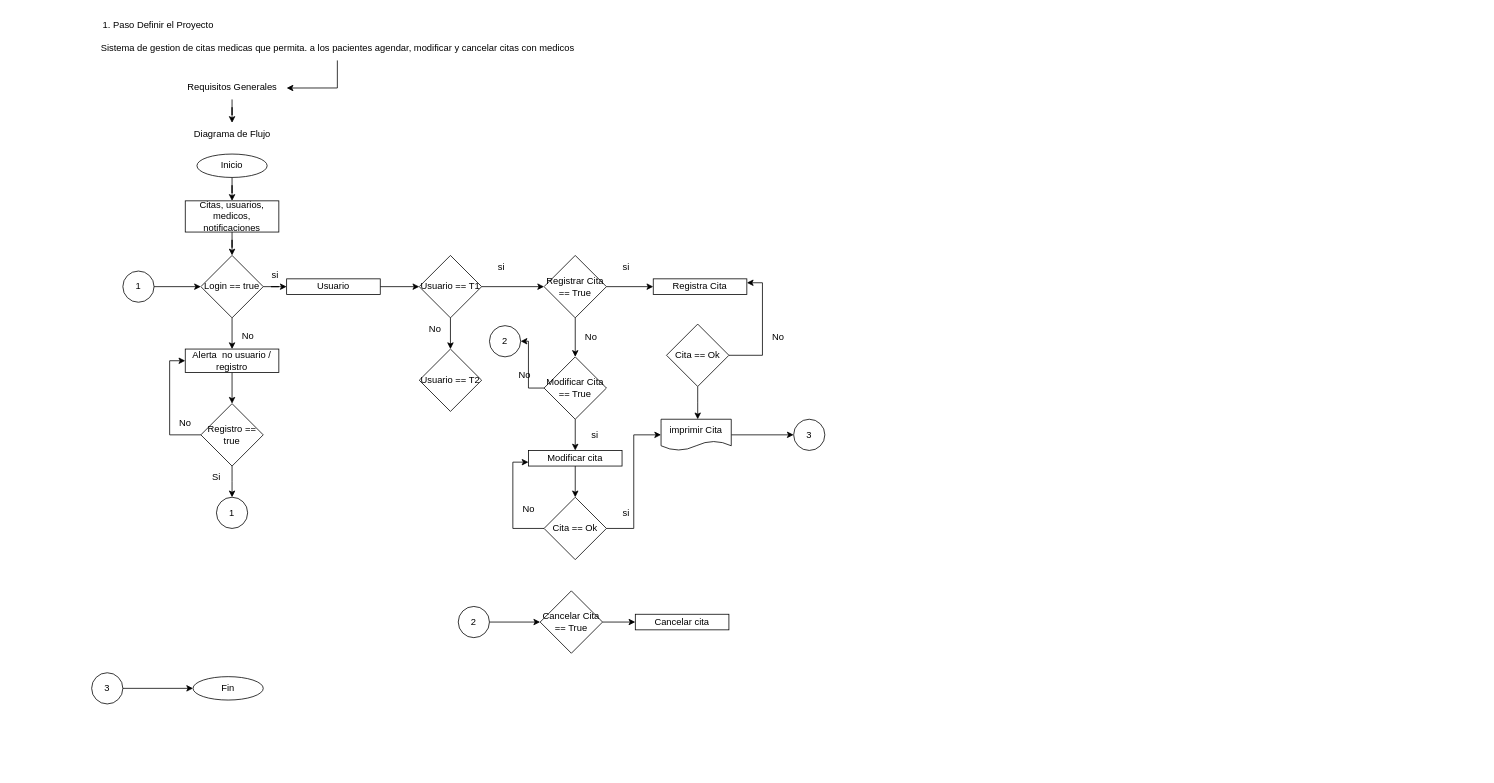
Above: page "Definir un Proyecto" (1 of 6) of HerramientasCase.drawio in JlchavezG/HCaseUhab (draw.io), before the change. Source tidied: cells renumbered, new cells numbered last; positions are measured from the earlier drawing's top-left corner, leaving out a move shared by most shapes. Both pictures are drawn from the tidied source at 78%, with x=0, y=0 at pixel (91, 13).
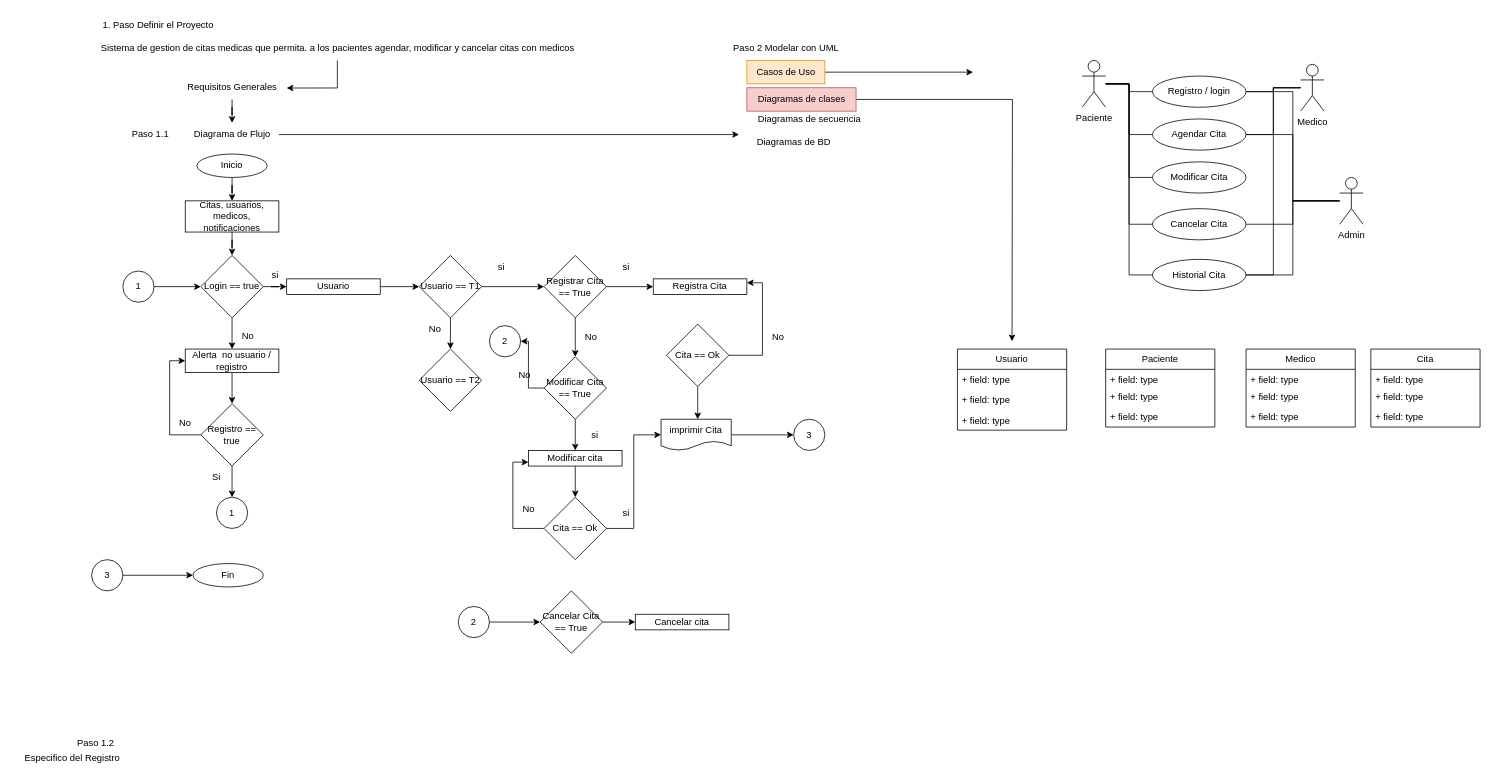
After the change.

Unchanged cells that the change refers to:
```xml
<mxCell id="7" value="Diagrama de Flujo" style="text;html=1;align=center;verticalAlign=middle;points=[];strokeColor=none;fillColor=none;" parent="1" vertex="1">
  <mxGeometry x="120" y="140" width="120" height="30" as="geometry" />
</mxCell>
```

Diff of the diagram source:
```diff
@@
+    <mxCell id="69" style="edgeStyle=orthogonalEdgeStyle;rounded=0;jettySize=auto;html=1;" parent="1" edge="1" source="7">
+      <mxGeometry relative="1" as="geometry">
+        <mxPoint x="830" y="155" as="targetPoint" />
+      </mxGeometry>
+    </mxCell>
@@
     <mxCell id="65" value="Fin" style="ellipse;whiteSpace=wrap;html=1;" parent="1" vertex="1">
-      <mxGeometry x="130" y="850" width="90" height="30" as="geometry" />
+      <mxGeometry x="130" y="705" width="90" height="30" as="geometry" />
     </mxCell>
@@
     <mxCell id="68" value="3" style="ellipse;whiteSpace=wrap;html=1;" parent="1" vertex="1">
-      <mxGeometry y="845" width="40" height="40" as="geometry" />
+      <mxGeometry y="700" width="40" height="40" as="geometry" />
     </mxCell>
+    <mxCell id="70" value="Paso 1.1" style="text;html=1;align=center;verticalAlign=middle;strokeColor=none;fillColor=none;" parent="1" vertex="1">
+      <mxGeometry x="40" y="140" width="70" height="30" as="geometry" />
+    </mxCell>
+    <mxCell id="71" style="edgeStyle=orthogonalEdgeStyle;rounded=0;jettySize=auto;html=1;" parent="1" edge="1" source="72">
+      <mxGeometry relative="1" as="geometry">
+        <mxPoint x="1130" y="75" as="targetPoint" />
+      </mxGeometry>
+    </mxCell>
+    <mxCell id="72" value="Casos de Uso" style="text;html=1;align=center;verticalAlign=middle;points=[];strokeColor=#d79b00;fillColor=#ffe6cc;" parent="1" vertex="1">
+      <mxGeometry x="840" y="60" width="100" height="30" as="geometry" />
+    </mxCell>
+    <mxCell id="73" value="Paso 2 Modelar con UML" style="text;html=1;align=center;verticalAlign=middle;strokeColor=none;fillColor=none;" parent="1" vertex="1">
+      <mxGeometry x="810" y="30" width="160" height="30" as="geometry" />
+    </mxCell>
+    <mxCell id="74" style="edgeStyle=orthogonalEdgeStyle;rounded=0;jettySize=auto;html=1;" parent="1" edge="1" source="75">
+      <mxGeometry relative="1" as="geometry">
+        <mxPoint x="1180" y="420" as="targetPoint" />
+      </mxGeometry>
+    </mxCell>
+    <mxCell id="75" value="Diagramas de clases" style="text;html=1;align=center;verticalAlign=middle;points=[];strokeColor=#b85450;fillColor=#f8cecc;" parent="1" vertex="1">
+      <mxGeometry x="840" y="95" width="140" height="30" as="geometry" />
+    </mxCell>
+    <mxCell id="76" value="Diagramas de secuencia" style="text;html=1;align=center;verticalAlign=middle;strokeColor=none;fillColor=none;" parent="1" vertex="1">
+      <mxGeometry x="840" y="120" width="160" height="30" as="geometry" />
+    </mxCell>
+    <mxCell id="77" value="Diagramas de BD" style="text;html=1;align=center;verticalAlign=middle;strokeColor=none;fillColor=none;" parent="1" vertex="1">
+      <mxGeometry x="840" y="150" width="120" height="30" as="geometry" />
+    </mxCell>
+    <mxCell id="78" style="edgeStyle=orthogonalEdgeStyle;rounded=0;jettySize=auto;html=1;entryX=1;entryY=0.5;entryDx=0;entryDy=0;endArrow=none;startFill=0;" parent="1" edge="1" source="81" target="93">
+      <mxGeometry relative="1" as="geometry" />
+    </mxCell>
+    <mxCell id="79" style="edgeStyle=orthogonalEdgeStyle;rounded=0;jettySize=auto;html=1;entryX=1;entryY=0.5;entryDx=0;entryDy=0;endArrow=none;startFill=0;" parent="1" edge="1" source="81" target="94">
+      <mxGeometry relative="1" as="geometry" />
+    </mxCell>
+    <mxCell id="80" style="edgeStyle=orthogonalEdgeStyle;rounded=0;jettySize=auto;html=1;entryX=1;entryY=0.5;entryDx=0;entryDy=0;endArrow=none;startFill=0;" parent="1" edge="1" source="81" target="97">
+      <mxGeometry relative="1" as="geometry" />
+    </mxCell>
+    <mxCell id="81" value="Medico" style="shape=umlActor;verticalLabelPosition=bottom;verticalAlign=top;html=1;outlineConnect=0;" parent="1" vertex="1">
+      <mxGeometry x="1550" y="65" width="30" height="60" as="geometry" />
+    </mxCell>
+    <mxCell id="82" style="edgeStyle=orthogonalEdgeStyle;rounded=0;jettySize=auto;html=1;entryX=0;entryY=0.5;entryDx=0;entryDy=0;endArrow=none;startFill=0;" parent="1" edge="1" source="87" target="93">
+      <mxGeometry relative="1" as="geometry">
+        <Array as="points">
+          <mxPoint x="1330" y="90" />
+          <mxPoint x="1330" y="100" />
+        </Array>
+      </mxGeometry>
+    </mxCell>
+    <mxCell id="83" style="edgeStyle=orthogonalEdgeStyle;rounded=0;jettySize=auto;html=1;entryX=0;entryY=0.5;entryDx=0;entryDy=0;endArrow=none;startFill=0;" parent="1" edge="1" source="87" target="94">
+      <mxGeometry relative="1" as="geometry" />
+    </mxCell>
+    <mxCell id="84" style="edgeStyle=orthogonalEdgeStyle;rounded=0;jettySize=auto;html=1;entryX=0;entryY=0.5;entryDx=0;entryDy=0;endArrow=none;startFill=0;" parent="1" edge="1" source="87" target="95">
+      <mxGeometry relative="1" as="geometry" />
+    </mxCell>
+    <mxCell id="85" style="edgeStyle=orthogonalEdgeStyle;rounded=0;jettySize=auto;html=1;entryX=0;entryY=0.5;entryDx=0;entryDy=0;endArrow=none;startFill=0;" parent="1" edge="1" source="87" target="96">
+      <mxGeometry relative="1" as="geometry" />
+    </mxCell>
+    <mxCell id="86" style="edgeStyle=orthogonalEdgeStyle;rounded=0;jettySize=auto;html=1;entryX=0;entryY=0.5;entryDx=0;entryDy=0;endArrow=none;startFill=0;" parent="1" edge="1" source="87" target="97">
+      <mxGeometry relative="1" as="geometry" />
+    </mxCell>
+    <mxCell id="87" value="Paciente" style="shape=umlActor;verticalLabelPosition=bottom;verticalAlign=top;html=1;outlineConnect=0;" parent="1" vertex="1">
+      <mxGeometry x="1270" y="60" width="30" height="60" as="geometry" />
+    </mxCell>
+    <mxCell id="88" style="edgeStyle=orthogonalEdgeStyle;rounded=0;jettySize=auto;html=1;entryX=1;entryY=0.5;entryDx=0;entryDy=0;endArrow=none;startFill=0;" parent="1" edge="1" source="92" target="93">
+      <mxGeometry relative="1" as="geometry" />
+    </mxCell>
+    <mxCell id="89" style="edgeStyle=orthogonalEdgeStyle;rounded=0;jettySize=auto;html=1;entryX=1;entryY=0.5;entryDx=0;entryDy=0;endArrow=none;startFill=0;" parent="1" edge="1" source="92" target="94">
+      <mxGeometry relative="1" as="geometry" />
+    </mxCell>
+    <mxCell id="90" style="edgeStyle=orthogonalEdgeStyle;rounded=0;jettySize=auto;html=1;entryX=1;entryY=0.5;entryDx=0;entryDy=0;endArrow=none;startFill=0;" parent="1" edge="1" source="92" target="96">
+      <mxGeometry relative="1" as="geometry" />
+    </mxCell>
+    <mxCell id="91" style="edgeStyle=orthogonalEdgeStyle;rounded=0;jettySize=auto;html=1;entryX=1;entryY=0.5;entryDx=0;entryDy=0;endArrow=none;startFill=0;" parent="1" edge="1" source="92" target="97">
+      <mxGeometry relative="1" as="geometry" />
+    </mxCell>
+    <mxCell id="92" value="Admin" style="shape=umlActor;verticalLabelPosition=bottom;verticalAlign=top;html=1;outlineConnect=0;" parent="1" vertex="1">
+      <mxGeometry x="1600" y="210" width="30" height="60" as="geometry" />
+    </mxCell>
+    <mxCell id="93" value="Registro / login" style="ellipse;whiteSpace=wrap;html=1;" parent="1" vertex="1">
+      <mxGeometry x="1360" y="80" width="120" height="40" as="geometry" />
+    </mxCell>
+    <mxCell id="94" value="Agendar Cita" style="ellipse;whiteSpace=wrap;html=1;" parent="1" vertex="1">
+      <mxGeometry x="1360" y="135" width="120" height="40" as="geometry" />
+    </mxCell>
+    <mxCell id="95" value="Modificar Cita" style="ellipse;whiteSpace=wrap;html=1;" parent="1" vertex="1">
+      <mxGeometry x="1360" y="190" width="120" height="40" as="geometry" />
+    </mxCell>
+    <mxCell id="96" value="Cancelar Cita" style="ellipse;whiteSpace=wrap;html=1;" parent="1" vertex="1">
+      <mxGeometry x="1360" y="250" width="120" height="40" as="geometry" />
+    </mxCell>
+    <mxCell id="97" value="Historial Cita" style="ellipse;whiteSpace=wrap;html=1;" parent="1" vertex="1">
+      <mxGeometry x="1360" y="315" width="120" height="40" as="geometry" />
+    </mxCell>
+    <mxCell id="98" value="Usuario" style="swimlane;fontStyle=0;horizontal=1;startSize=26;fillColor=none;whiteSpace=wrap;html=1;" parent="1" vertex="1">
+      <mxGeometry x="1110" y="430" width="140" height="104" as="geometry" />
+    </mxCell>
+    <mxCell id="99" value="+ field: type" style="text;strokeColor=none;fillColor=none;align=left;verticalAlign=top;spacingLeft=4;spacingRight=4;overflow=hidden;whiteSpace=wrap;html=1;" parent="98" vertex="1">
+      <mxGeometry y="26" width="140" height="26" as="geometry" />
+    </mxCell>
+    <mxCell id="100" value="+ field: type" style="text;strokeColor=none;fillColor=none;align=left;verticalAlign=top;spacingLeft=4;spacingRight=4;overflow=hidden;whiteSpace=wrap;html=1;" parent="98" vertex="1">
+      <mxGeometry y="52" width="140" height="26" as="geometry" />
+    </mxCell>
+    <mxCell id="101" value="+ field: type" style="text;strokeColor=none;fillColor=none;align=left;verticalAlign=top;spacingLeft=4;spacingRight=4;overflow=hidden;whiteSpace=wrap;html=1;" parent="98" vertex="1">
+      <mxGeometry y="78" width="140" height="26" as="geometry" />
+    </mxCell>
+    <mxCell id="102" value="Paciente" style="swimlane;fontStyle=0;horizontal=1;startSize=26;fillColor=none;whiteSpace=wrap;html=1;" parent="1" vertex="1">
+      <mxGeometry x="1300" y="430" width="140" height="100" as="geometry" />
+    </mxCell>
+    <mxCell id="103" value="+ field: type" style="text;strokeColor=none;fillColor=none;align=left;verticalAlign=top;spacingLeft=4;spacingRight=4;overflow=hidden;whiteSpace=wrap;html=1;" parent="102" vertex="1">
+      <mxGeometry y="26" width="140" height="22" as="geometry" />
+    </mxCell>
+    <mxCell id="104" value="+ field: type" style="text;strokeColor=none;fillColor=none;align=left;verticalAlign=top;spacingLeft=4;spacingRight=4;overflow=hidden;whiteSpace=wrap;html=1;" parent="102" vertex="1">
+      <mxGeometry y="48" width="140" height="26" as="geometry" />
+    </mxCell>
+    <mxCell id="105" value="+ field: type" style="text;strokeColor=none;fillColor=none;align=left;verticalAlign=top;spacingLeft=4;spacingRight=4;overflow=hidden;whiteSpace=wrap;html=1;" parent="102" vertex="1">
+      <mxGeometry y="74" width="140" height="26" as="geometry" />
+    </mxCell>
+    <mxCell id="106" value="Medico" style="swimlane;fontStyle=0;horizontal=1;startSize=26;fillColor=none;whiteSpace=wrap;html=1;" parent="1" vertex="1">
+      <mxGeometry x="1480" y="430" width="140" height="100" as="geometry" />
+    </mxCell>
+    <mxCell id="107" value="+ field: type" style="text;strokeColor=none;fillColor=none;align=left;verticalAlign=top;spacingLeft=4;spacingRight=4;overflow=hidden;whiteSpace=wrap;html=1;" parent="106" vertex="1">
+      <mxGeometry y="26" width="140" height="22" as="geometry" />
+    </mxCell>
+    <mxCell id="108" value="+ field: type" style="text;strokeColor=none;fillColor=none;align=left;verticalAlign=top;spacingLeft=4;spacingRight=4;overflow=hidden;whiteSpace=wrap;html=1;" parent="106" vertex="1">
+      <mxGeometry y="48" width="140" height="26" as="geometry" />
+    </mxCell>
+    <mxCell id="109" value="+ field: type" style="text;strokeColor=none;fillColor=none;align=left;verticalAlign=top;spacingLeft=4;spacingRight=4;overflow=hidden;whiteSpace=wrap;html=1;" parent="106" vertex="1">
+      <mxGeometry y="74" width="140" height="26" as="geometry" />
+    </mxCell>
+    <mxCell id="110" value="Cita" style="swimlane;fontStyle=0;horizontal=1;startSize=26;fillColor=none;whiteSpace=wrap;html=1;" parent="1" vertex="1">
+      <mxGeometry x="1640" y="430" width="140" height="100" as="geometry" />
+    </mxCell>
+    <mxCell id="111" value="+ field: type" style="text;strokeColor=none;fillColor=none;align=left;verticalAlign=top;spacingLeft=4;spacingRight=4;overflow=hidden;whiteSpace=wrap;html=1;" parent="110" vertex="1">
+      <mxGeometry y="26" width="140" height="22" as="geometry" />
+    </mxCell>
+    <mxCell id="112" value="+ field: type" style="text;strokeColor=none;fillColor=none;align=left;verticalAlign=top;spacingLeft=4;spacingRight=4;overflow=hidden;whiteSpace=wrap;html=1;" parent="110" vertex="1">
+      <mxGeometry y="48" width="140" height="26" as="geometry" />
+    </mxCell>
+    <mxCell id="113" value="+ field: type" style="text;strokeColor=none;fillColor=none;align=left;verticalAlign=top;spacingLeft=4;spacingRight=4;overflow=hidden;whiteSpace=wrap;html=1;" parent="110" vertex="1">
+      <mxGeometry y="74" width="140" height="26" as="geometry" />
+    </mxCell>
+    <mxCell id="114" value="Paso 1.2" style="text;html=1;align=center;verticalAlign=middle;strokeColor=none;fillColor=none;" parent="1" vertex="1">
+      <mxGeometry x="-30" y="920" width="70" height="30" as="geometry" />
+    </mxCell>
+    <mxCell id="115" value="Especifico del Registro" style="text;html=1;align=center;verticalAlign=middle;strokeColor=none;fillColor=none;" parent="1" vertex="1">
+      <mxGeometry x="-100" y="940" width="150" height="30" as="geometry" />
+    </mxCell>
```
